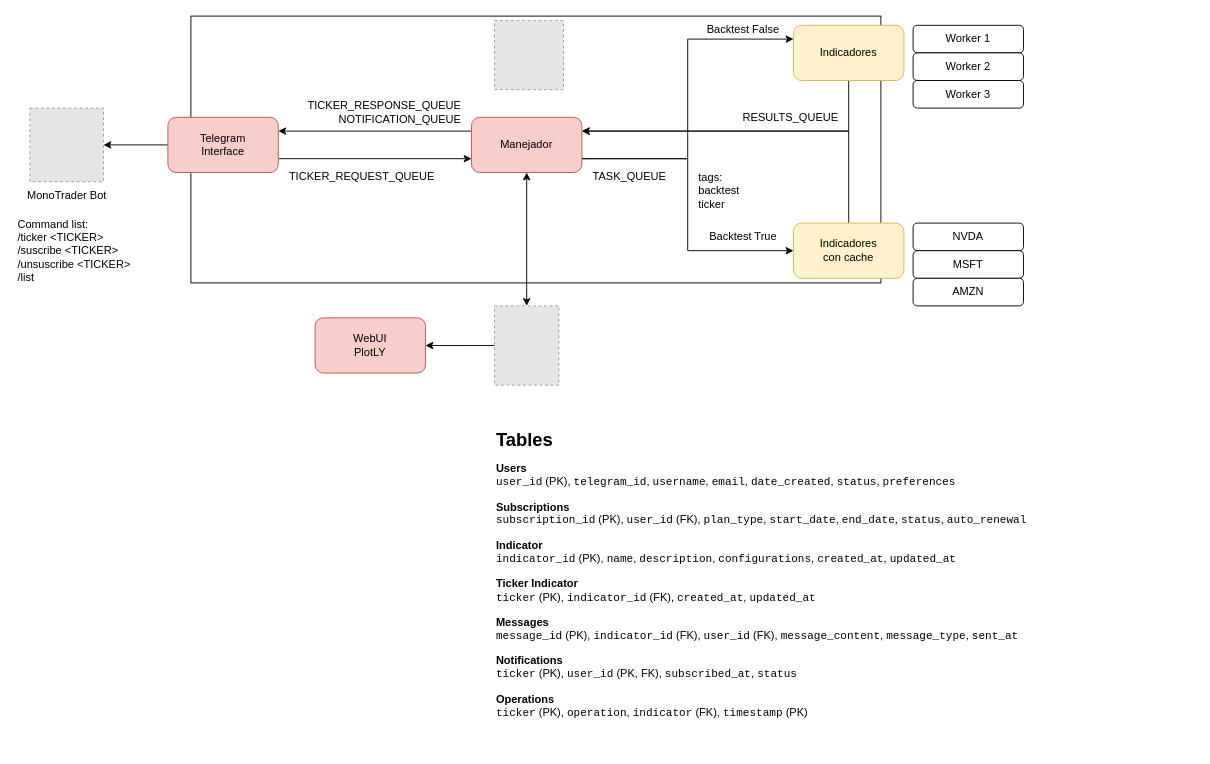
Before: page "Diagrama v2" (3 of 4) of TradingCore 24Q4.drawio in kbm15/pelacables-swing-trading-core, a draw.io diagram. Source tidied: cells renumbered, new cells numbered last; positions are measured from the earlier drawing's top-left corner, leaving out a move shared by most shapes. Both pictures are drawn from the tidied source at 92%, with x=0, y=0 at pixel (16, 16). Pictures stored in the file or linked from it are replaced by grey dashed boxes.
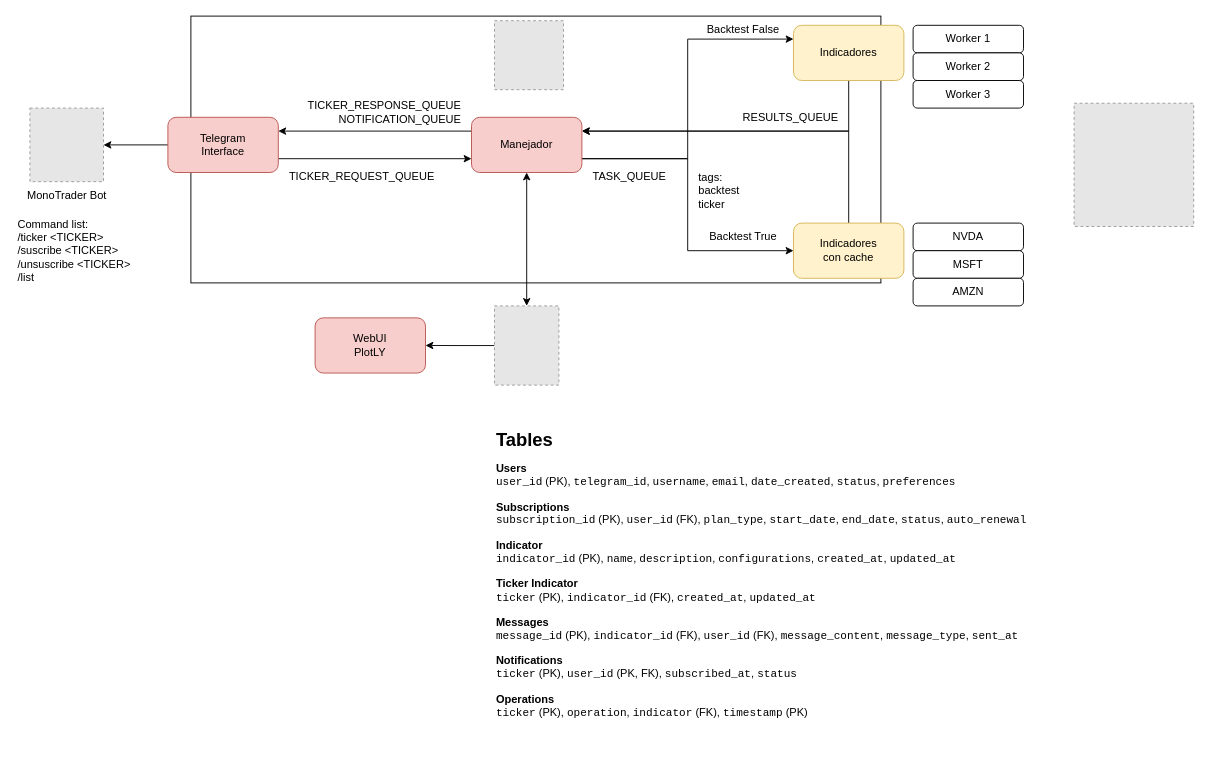
The same diagram, later.

The edit, as a diff of the source:
```diff
@@
+    <mxCell id="36" style="fillColor=#E6E6E6;strokeColor=#999999;dashed=1;verticalLabelPosition=bottom;labelBackgroundColor=default;verticalAlign=top;" parent="1" vertex="1">
+      <mxGeometry x="1150" y="94.7" width="130" height="134" as="geometry" />
+    </mxCell>
```
